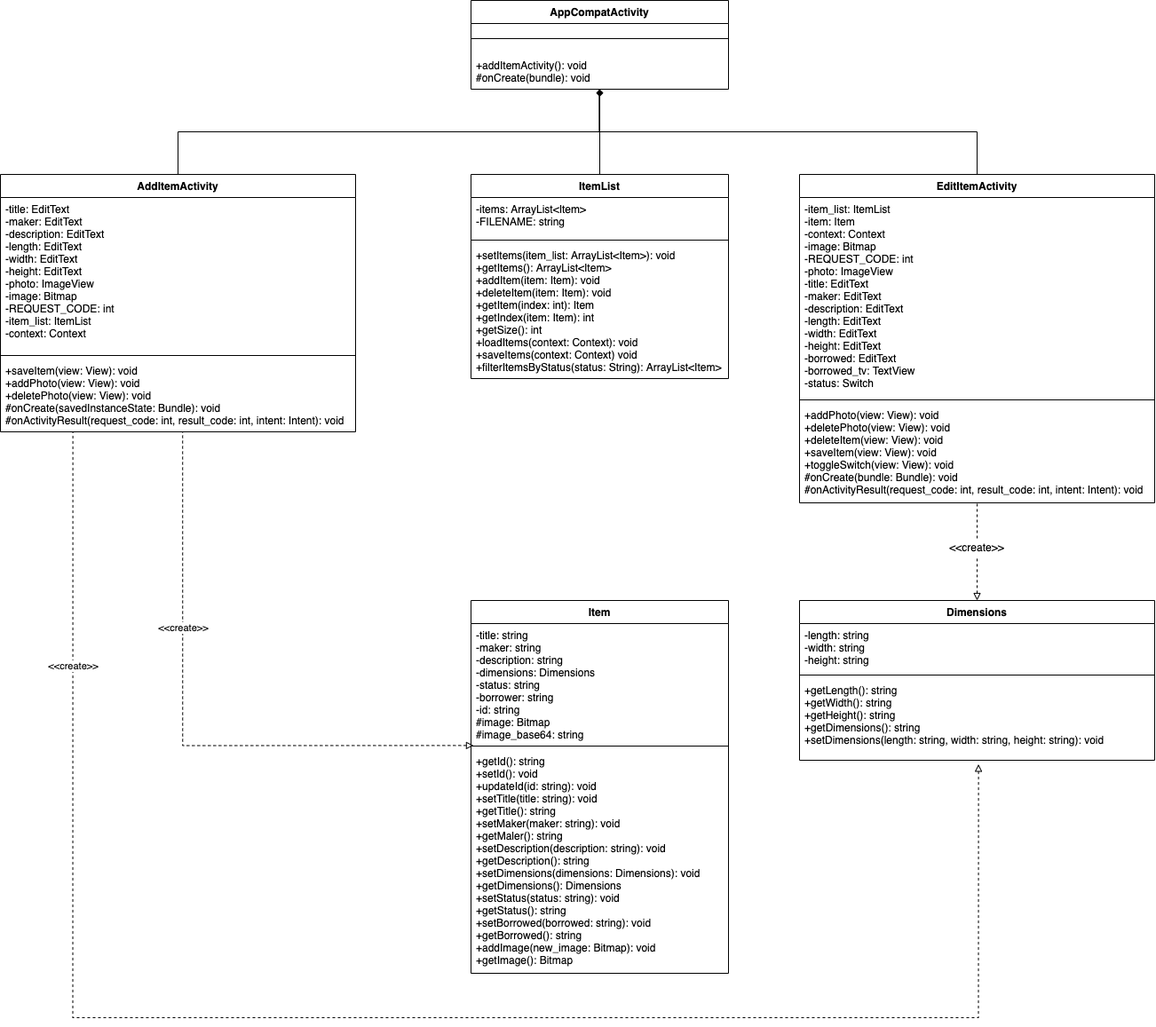
Before: Class Diagrams/ApplicationBorrowedTemplateClassDiagram.png, a diagram exported from draw.io (smitbmx/Architecture-Diagrams). Source tidied: cells renumbered, new cells last; positions are measured from the earlier drawing's top-left corner, leaving out a move shared by most shapes.
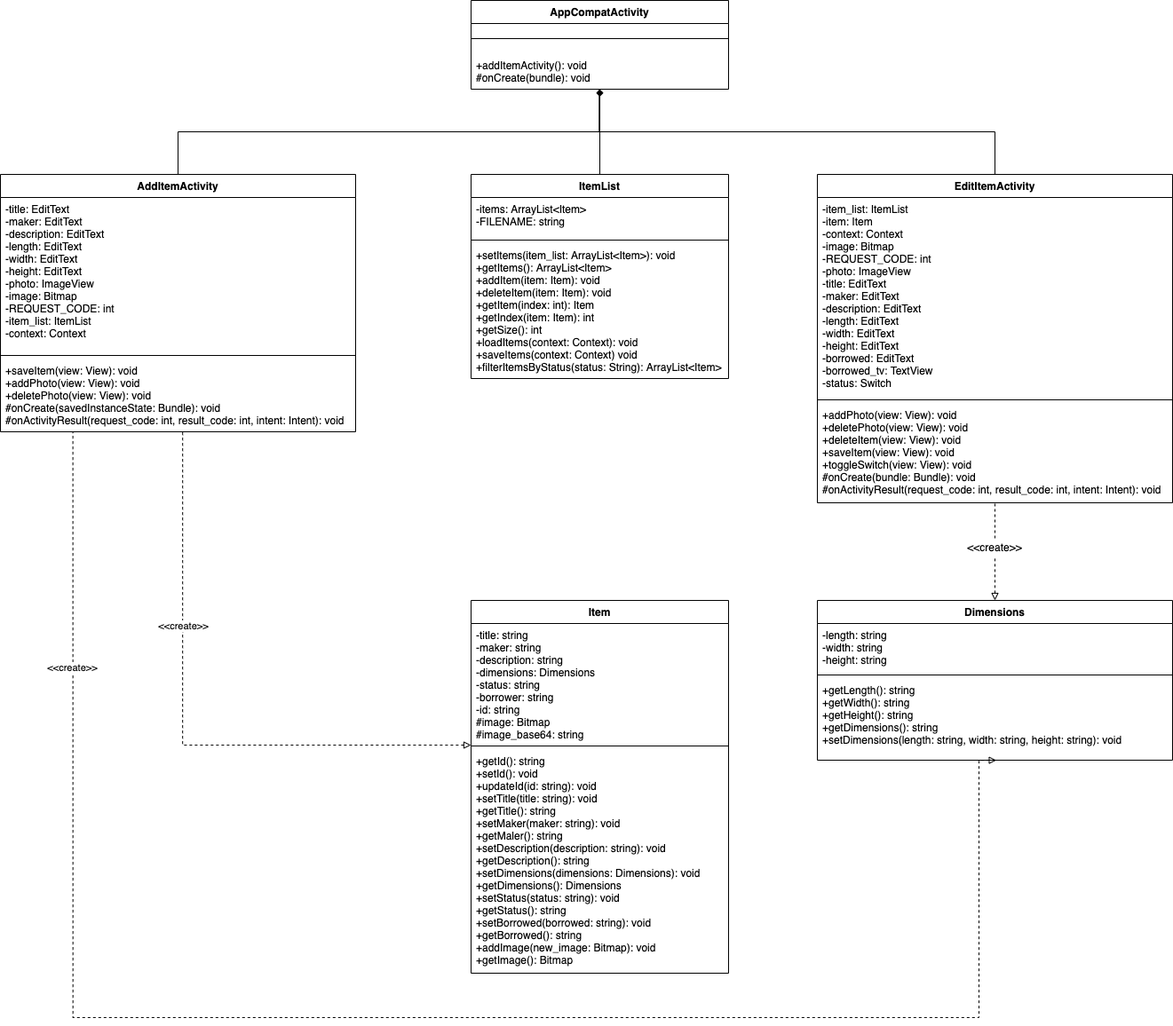
Above is the later version.

The edit, as a diff of the source:
```diff
@@ -36,7 +36,7 @@
       <mxGeometry y="208" width="400" height="82" as="geometry" />
     </mxCell>
     <mxCell id="13" value="EditItemActivity" style="swimlane;fontStyle=1;align=center;verticalAlign=top;horizontal=1;startSize=26;" parent="1" vertex="1">
-      <mxGeometry x="900" y="196" width="400" height="370" as="geometry" />
+      <mxGeometry x="920" y="196" width="400" height="370" as="geometry" />
     </mxCell>
     <mxCell id="14" value="-item_list: ItemList&#10;-item: Item&#10;-context: Context&#10;-image: Bitmap&#10;-REQUEST_CODE: int&#10;-photo: ImageView&#10;-title: EditText&#10;-maker: EditText&#10;-description: EditText&#10;-length: EditText&#10;-width: EditText&#10;-height: EditText&#10;-borrowed: EditText&#10;-borrowed_tv: TextView&#10;-status: Switch" style="text;strokeColor=none;fillColor=none;align=left;verticalAlign=top;spacingLeft=4;spacingRight=4;overflow=hidden;" parent="13" vertex="1">
       <mxGeometry y="26" width="400" height="224" as="geometry" />
@@ -60,7 +60,7 @@
       <mxGeometry y="168" width="290" height="252" as="geometry" />
     </mxCell>
     <mxCell id="21" value="Dimensions" style="swimlane;fontStyle=1;align=center;verticalAlign=top;horizontal=1;startSize=26;" parent="1" vertex="1">
-      <mxGeometry x="900" y="676" width="400" height="180" as="geometry" />
+      <mxGeometry x="920" y="676" width="400" height="180" as="geometry" />
     </mxCell>
     <mxCell id="22" value="-length: string&#10;-width: string&#10;-height: string" style="text;strokeColor=none;fillColor=none;align=left;verticalAlign=top;spacingLeft=4;spacingRight=4;overflow=hidden;" parent="21" vertex="1">
       <mxGeometry y="26" width="400" height="54" as="geometry" />
@@ -74,11 +74,11 @@
     <mxCell id="25" style="endArrow=diamond;html=1;exitX=0.5;exitY=0;exitDx=0;exitDy=0;endFill=1;" parent="1" edge="1" source="5" target="4">
       <mxGeometry relative="1" as="geometry" />
     </mxCell>
-    <mxCell id="26" style="endArrow=none;dashed=1;html=1;entryX=0.204;entryY=0.994;entryDx=0;entryDy=0;entryPerimeter=0;exitX=0.504;exitY=1.048;exitDx=0;exitDy=0;exitPerimeter=0;edgeStyle=orthogonalEdgeStyle;rounded=0;startArrow=block;startFill=0;" parent="1" edge="1" source="24" target="12">
+    <mxCell id="26" style="endArrow=none;dashed=1;html=1;entryX=0.204;entryY=0.994;entryDx=0;entryDy=0;entryPerimeter=0;exitX=0.504;exitY=1.001;exitDx=0;exitDy=0;exitPerimeter=0;edgeStyle=orthogonalEdgeStyle;rounded=0;startArrow=block;startFill=0;" parent="1" edge="1" source="24" target="12">
       <mxGeometry relative="1" as="geometry">
         <Array as="points">
-          <mxPoint x="1101" y="1146" />
-          <mxPoint x="81" y="1146" />
+          <mxPoint x="1102" y="1146" />
+          <mxPoint x="82" y="1146" />
         </Array>
       </mxGeometry>
     </mxCell>
@@ -89,13 +89,14 @@
       <mxGeometry relative="1" as="geometry" />
     </mxCell>
     <mxCell id="29" value="&amp;lt;&amp;lt;create&amp;gt;&amp;gt;" style="text;html=1;strokeColor=none;fillColor=none;align=center;verticalAlign=middle;whiteSpace=wrap;rounded=0;" parent="1" vertex="1">
-      <mxGeometry x="1065" y="606" width="70" height="20" as="geometry" />
+      <mxGeometry x="1085" y="606" width="70" height="20" as="geometry" />
     </mxCell>
     <mxCell id="30" style="endArrow=none;dashed=1;html=1;entryX=0.5;entryY=1;entryDx=0;entryDy=0;exitX=0.5;exitY=0;exitDx=0;exitDy=0;startArrow=block;startFill=0;" parent="1" edge="1" source="21" target="29">
       <mxGeometry relative="1" as="geometry" />
     </mxCell>
-    <mxCell id="31" style="endArrow=none;dashed=1;html=1;edgeStyle=orthogonalEdgeStyle;rounded=0;startArrow=block;startFill=0;entryX=0.513;entryY=1.004;entryDx=0;entryDy=0;entryPerimeter=0;exitX=0.01;exitY=0.419;exitDx=0;exitDy=0;exitPerimeter=0;" parent="1" edge="1" source="19" target="12">
+    <mxCell id="31" style="endArrow=none;dashed=1;html=1;edgeStyle=orthogonalEdgeStyle;rounded=0;startArrow=block;startFill=0;entryX=0.513;entryY=1.004;entryDx=0;entryDy=0;entryPerimeter=0;" parent="1" edge="1" target="12">
       <mxGeometry relative="1" as="geometry">
+        <mxPoint x="530" y="839" as="sourcePoint" />
         <Array as="points">
           <mxPoint x="205" y="839" />
         </Array>
```
